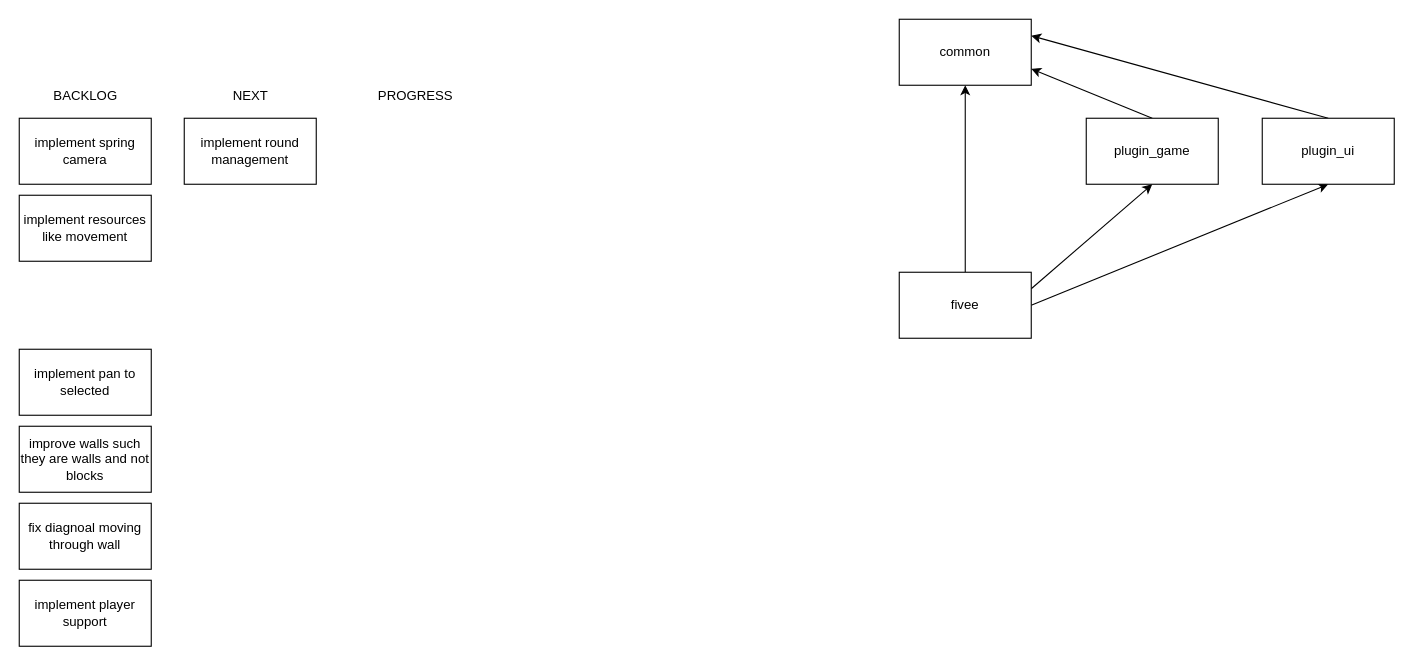
Earlier version of the draw.io diagram .drawio (horup/fivee). Source tidied: cells renumbered, new cells numbered last; positions are measured from the earlier drawing's top-left corner, leaving out a move shared by most shapes. Both pictures are drawn from the tidied source at 110%, with x=0, y=0 at pixel (19, 19).
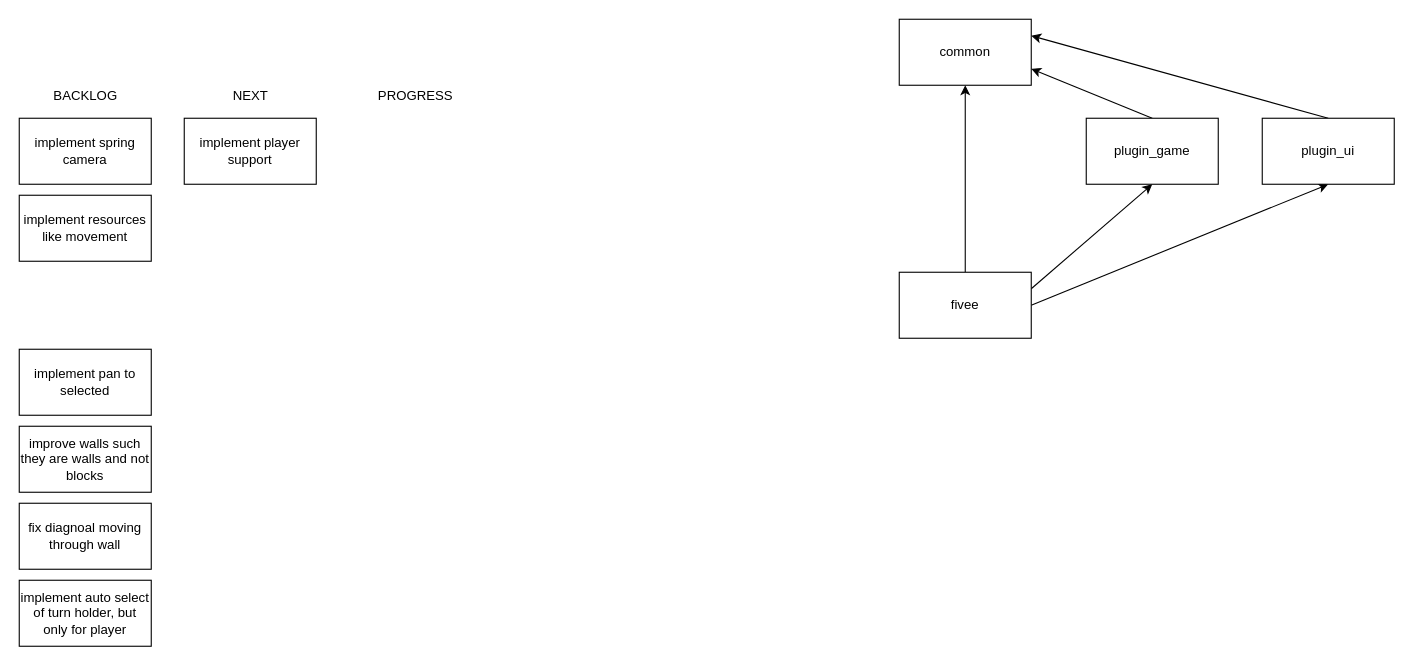
The same diagram, later.

Change to the diagram source:
```diff
@@
-    <mxCell id="15" value="implement round management" style="rounded=0;whiteSpace=wrap;html=1;" parent="1" vertex="1">
-      <mxGeometry x="150" y="90" width="120" height="60" as="geometry" />
-    </mxCell>
@@
     <mxCell id="20" value="implement player support" style="rounded=0;whiteSpace=wrap;html=1;" parent="1" vertex="1">
-      <mxGeometry y="510" width="120" height="60" as="geometry" />
+      <mxGeometry x="150" y="90" width="120" height="60" as="geometry" />
     </mxCell>
+    <mxCell id="21" value="implement auto select of turn holder, but only for player" style="rounded=0;whiteSpace=wrap;html=1;" parent="1" vertex="1">
+      <mxGeometry y="510" width="120" height="60" as="geometry" />
+    </mxCell>
```
